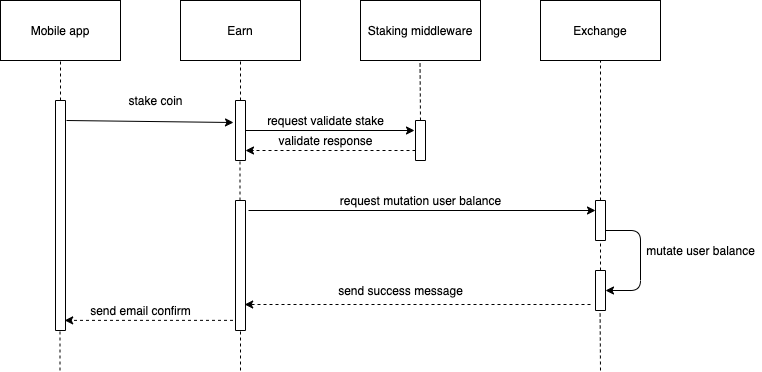
This is sequence_stake.png from trkhoi/tokenomy, a draw.io export, as it was before one commit. Source tidied: cells renumbered, new cells last; positions are measured from the earlier drawing's top-left corner, leaving out a move shared by most shapes. The source it was exported from:
```xml
<mxGraphModel>
  <root>
    <mxCell id="0" />
    <mxCell id="1" parent="0" />
    <mxCell id="2" value="Mobile app" style="rounded=0;whiteSpace=wrap;html=1;" parent="1" vertex="1">
      <mxGeometry width="120" height="60" as="geometry" />
    </mxCell>
    <mxCell id="3" value="Earn" style="rounded=0;whiteSpace=wrap;html=1;" parent="1" vertex="1">
      <mxGeometry x="180" width="120" height="60" as="geometry" />
    </mxCell>
    <mxCell id="4" value="Exchange" style="rounded=0;whiteSpace=wrap;html=1;" parent="1" vertex="1">
      <mxGeometry x="540" width="120" height="60" as="geometry" />
    </mxCell>
    <mxCell id="5" style="endArrow=none;html=1;entryX=0.5;entryY=1;entryDx=0;entryDy=0;dashed=1;" parent="1" edge="1" target="2">
      <mxGeometry relative="1" as="geometry">
        <mxPoint x="60" y="100" as="sourcePoint" />
      </mxGeometry>
    </mxCell>
    <mxCell id="6" style="rounded=0;whiteSpace=wrap;html=1;direction=south;" parent="1" vertex="1">
      <mxGeometry x="55" y="100" width="10" height="230" as="geometry" />
    </mxCell>
    <mxCell id="7" style="endArrow=classic;html=1;entryX=0.367;entryY=1.2;entryDx=0;entryDy=0;entryPerimeter=0;" parent="1" edge="1" target="9">
      <mxGeometry relative="1" as="geometry">
        <mxPoint x="66" y="120" as="sourcePoint" />
      </mxGeometry>
    </mxCell>
    <mxCell id="8" style="endArrow=none;html=1;entryX=0.5;entryY=1;entryDx=0;entryDy=0;dashed=1;" parent="1" edge="1" target="3">
      <mxGeometry relative="1" as="geometry">
        <mxPoint x="240" y="100" as="sourcePoint" />
      </mxGeometry>
    </mxCell>
    <mxCell id="9" style="rounded=0;whiteSpace=wrap;html=1;direction=south;" parent="1" vertex="1">
      <mxGeometry x="235" y="100" width="10" height="60" as="geometry" />
    </mxCell>
    <mxCell id="10" value="stake coin" style="text;html=1;align=center;verticalAlign=middle;strokeColor=none;" parent="1" vertex="1">
      <mxGeometry x="120" y="90" width="70" height="20" as="geometry" />
    </mxCell>
    <mxCell id="11" style="endArrow=none;html=1;dashed=1;entryX=0.5;entryY=1;entryDx=0;entryDy=0;" parent="1" edge="1" target="4">
      <mxGeometry relative="1" as="geometry">
        <mxPoint x="600" y="200" as="sourcePoint" />
      </mxGeometry>
    </mxCell>
    <mxCell id="12" style="endArrow=none;html=1;entryX=0.5;entryY=1;entryDx=0;entryDy=0;dashed=1;" parent="1" edge="1">
      <mxGeometry relative="1" as="geometry">
        <mxPoint x="59.5" y="370" as="sourcePoint" />
        <mxPoint x="59.5" y="330" as="targetPoint" />
      </mxGeometry>
    </mxCell>
    <mxCell id="13" value="Staking middleware" style="rounded=0;whiteSpace=wrap;html=1;" parent="1" vertex="1">
      <mxGeometry x="360" width="120" height="60" as="geometry" />
    </mxCell>
    <mxCell id="14" style="endArrow=none;html=1;entryX=0.5;entryY=1;entryDx=0;entryDy=0;dashed=1;exitX=0;exitY=0.5;exitDx=0;exitDy=0;" parent="1" edge="1" source="16">
      <mxGeometry relative="1" as="geometry">
        <mxPoint x="419.5" y="60" as="targetPoint" />
      </mxGeometry>
    </mxCell>
    <mxCell id="15" style="endArrow=classic;html=1;entryX=0.5;entryY=1;entryDx=0;entryDy=0;" parent="1" edge="1">
      <mxGeometry relative="1" as="geometry">
        <mxPoint x="245" y="130" as="sourcePoint" />
        <mxPoint x="414" y="130" as="targetPoint" />
      </mxGeometry>
    </mxCell>
    <mxCell id="16" style="rounded=0;whiteSpace=wrap;html=1;direction=south;" parent="1" vertex="1">
      <mxGeometry x="415" y="120" width="10" height="40" as="geometry" />
    </mxCell>
    <mxCell id="17" value="request validate stake" style="text;html=1;align=center;verticalAlign=middle;strokeColor=none;" parent="1" vertex="1">
      <mxGeometry x="260" y="110" width="130" height="20" as="geometry" />
    </mxCell>
    <mxCell id="18" style="endArrow=classic;html=1;exitX=0.75;exitY=1;exitDx=0;exitDy=0;dashed=1;" parent="1" edge="1" source="16">
      <mxGeometry relative="1" as="geometry">
        <mxPoint x="245" y="150" as="targetPoint" />
      </mxGeometry>
    </mxCell>
    <mxCell id="19" value="validate response" style="text;html=1;align=center;verticalAlign=middle;strokeColor=none;" parent="1" vertex="1">
      <mxGeometry x="270" y="130" width="110" height="20" as="geometry" />
    </mxCell>
    <mxCell id="20" style="endArrow=none;html=1;entryX=0.5;entryY=1;entryDx=0;entryDy=0;dashed=1;" parent="1" edge="1">
      <mxGeometry relative="1" as="geometry">
        <mxPoint x="239.5" y="200" as="sourcePoint" />
        <mxPoint x="239.5" y="160" as="targetPoint" />
      </mxGeometry>
    </mxCell>
    <mxCell id="21" style="rounded=0;whiteSpace=wrap;html=1;direction=south;" parent="1" vertex="1">
      <mxGeometry x="235" y="200" width="10" height="130" as="geometry" />
    </mxCell>
    <mxCell id="22" style="rounded=0;whiteSpace=wrap;html=1;direction=south;" parent="1" vertex="1">
      <mxGeometry x="595" y="200" width="10" height="40" as="geometry" />
    </mxCell>
    <mxCell id="23" style="endArrow=classic;html=1;entryX=0.25;entryY=1;entryDx=0;entryDy=0;" parent="1" edge="1" target="22">
      <mxGeometry relative="1" as="geometry">
        <mxPoint x="248" y="210" as="sourcePoint" />
      </mxGeometry>
    </mxCell>
    <mxCell id="24" value="request mutation user balance" style="text;html=1;align=center;verticalAlign=middle;strokeColor=none;" parent="1" vertex="1">
      <mxGeometry x="330" y="190" width="180" height="20" as="geometry" />
    </mxCell>
    <mxCell id="25" style="rounded=0;whiteSpace=wrap;html=1;direction=south;" parent="1" vertex="1">
      <mxGeometry x="595" y="270" width="10" height="40" as="geometry" />
    </mxCell>
    <mxCell id="26" style="endArrow=none;html=1;entryX=1;entryY=0.5;entryDx=0;entryDy=0;exitX=0;exitY=0.5;exitDx=0;exitDy=0;dashed=1;" parent="1" edge="1" source="25" target="22">
      <mxGeometry relative="1" as="geometry" />
    </mxCell>
    <mxCell id="27" style="endArrow=classic;html=1;exitX=0.75;exitY=0;exitDx=0;exitDy=0;entryX=0.5;entryY=0;entryDx=0;entryDy=0;" parent="1" edge="1" source="22" target="25">
      <mxGeometry relative="1" as="geometry">
        <Array as="points">
          <mxPoint x="640" y="230" />
          <mxPoint x="640" y="290" />
        </Array>
      </mxGeometry>
    </mxCell>
    <mxCell id="28" value="mutate user balance" style="text;html=1;align=center;verticalAlign=middle;strokeColor=none;" parent="1" vertex="1">
      <mxGeometry x="640" y="240" width="120" height="20" as="geometry" />
    </mxCell>
    <mxCell id="29" style="endArrow=classic;html=1;dashed=1;entryX=0.8;entryY=0.083;entryDx=0;entryDy=0;entryPerimeter=0;" parent="1" edge="1" target="21">
      <mxGeometry relative="1" as="geometry">
        <mxPoint x="590" y="304" as="sourcePoint" />
      </mxGeometry>
    </mxCell>
    <mxCell id="30" value="send success message" style="text;html=1;align=center;verticalAlign=middle;strokeColor=none;" parent="1" vertex="1">
      <mxGeometry x="330" y="280" width="140" height="20" as="geometry" />
    </mxCell>
    <mxCell id="31" style="endArrow=classic;html=1;dashed=1;entryX=0.956;entryY=0.083;entryDx=0;entryDy=0;entryPerimeter=0;exitX=0.922;exitY=1.25;exitDx=0;exitDy=0;exitPerimeter=0;" parent="1" edge="1" source="21" target="6">
      <mxGeometry relative="1" as="geometry" />
    </mxCell>
    <mxCell id="32" value="send email confirm" style="text;html=1;align=center;verticalAlign=middle;strokeColor=none;" parent="1" vertex="1">
      <mxGeometry x="80" y="300" width="120" height="20" as="geometry" />
    </mxCell>
    <mxCell id="33" style="endArrow=none;html=1;dashed=1;entryX=1;entryY=0.5;entryDx=0;entryDy=0;" parent="1" edge="1" target="21">
      <mxGeometry relative="1" as="geometry">
        <mxPoint x="240" y="370" as="sourcePoint" />
      </mxGeometry>
    </mxCell>
    <mxCell id="34" style="endArrow=none;html=1;entryX=0.5;entryY=1;entryDx=0;entryDy=0;dashed=1;" parent="1" edge="1">
      <mxGeometry relative="1" as="geometry">
        <mxPoint x="600" y="370" as="sourcePoint" />
        <mxPoint x="599.6" y="310" as="targetPoint" />
      </mxGeometry>
    </mxCell>
  </root>
</mxGraphModel>
```
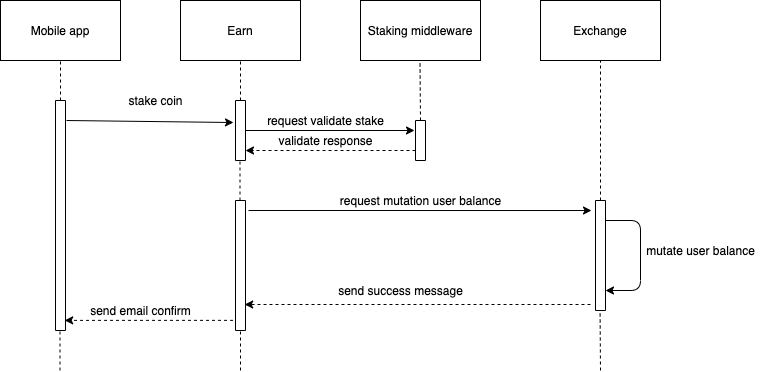
After the commit.

Change to the diagram source:
```diff
@@ -84,9 +84,9 @@
       <mxGeometry x="235" y="200" width="10" height="130" as="geometry" />
     </mxCell>
     <mxCell id="22" style="rounded=0;whiteSpace=wrap;html=1;direction=south;" parent="1" vertex="1">
-      <mxGeometry x="595" y="200" width="10" height="40" as="geometry" />
+      <mxGeometry x="595" y="200" width="10" height="110" as="geometry" />
     </mxCell>
-    <mxCell id="23" style="endArrow=classic;html=1;entryX=0.25;entryY=1;entryDx=0;entryDy=0;" parent="1" edge="1" target="22">
+    <mxCell id="23" style="endArrow=classic;html=1;entryX=0.091;entryY=1.4;entryDx=0;entryDy=0;entryPerimeter=0;" parent="1" edge="1" target="22">
       <mxGeometry relative="1" as="geometry">
         <mxPoint x="248" y="210" as="sourcePoint" />
       </mxGeometry>
@@ -94,16 +94,11 @@
     <mxCell id="24" value="request mutation user balance" style="text;html=1;align=center;verticalAlign=middle;strokeColor=none;" parent="1" vertex="1">
       <mxGeometry x="330" y="190" width="180" height="20" as="geometry" />
     </mxCell>
-    <mxCell id="25" style="rounded=0;whiteSpace=wrap;html=1;direction=south;" parent="1" vertex="1">
-      <mxGeometry x="595" y="270" width="10" height="40" as="geometry" />
-    </mxCell>
-    <mxCell id="26" style="endArrow=none;html=1;entryX=1;entryY=0.5;entryDx=0;entryDy=0;exitX=0;exitY=0.5;exitDx=0;exitDy=0;dashed=1;" parent="1" edge="1" source="25" target="22">
-      <mxGeometry relative="1" as="geometry" />
-    </mxCell>
-    <mxCell id="27" style="endArrow=classic;html=1;exitX=0.75;exitY=0;exitDx=0;exitDy=0;entryX=0.5;entryY=0;entryDx=0;entryDy=0;" parent="1" edge="1" source="22" target="25">
+    <mxCell id="27" style="endArrow=classic;html=1;exitX=0.182;exitY=0;exitDx=0;exitDy=0;entryX=0.5;entryY=0;entryDx=0;entryDy=0;exitPerimeter=0;" parent="1" edge="1" source="22">
       <mxGeometry relative="1" as="geometry">
+        <mxPoint x="605" y="290" as="targetPoint" />
         <Array as="points">
-          <mxPoint x="640" y="230" />
+          <mxPoint x="640" y="220" />
           <mxPoint x="640" y="290" />
         </Array>
       </mxGeometry>
```
